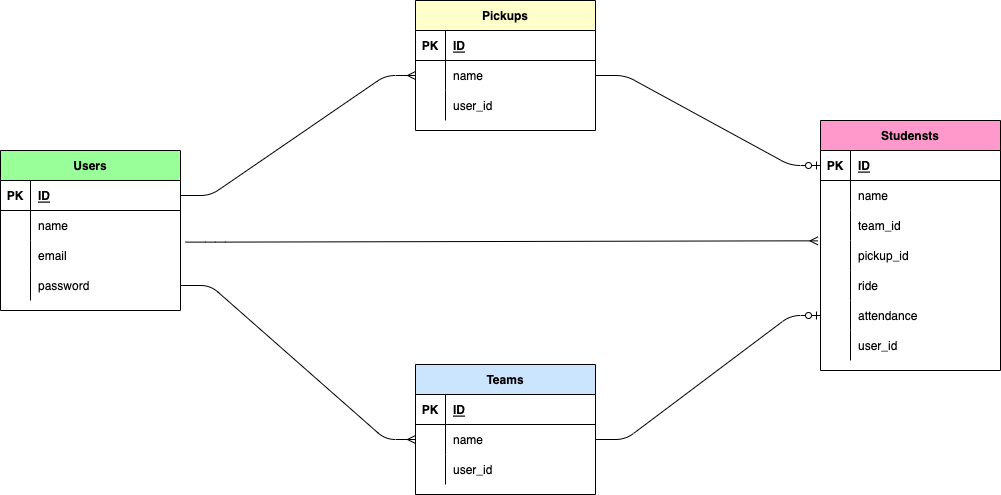
Above: table_design.png in rrr-ryu/wasurena (draw.io), before the change. Source tidied: cells renumbered, new cells last; positions are measured from the earlier drawing's top-left corner, leaving out a move shared by most shapes.
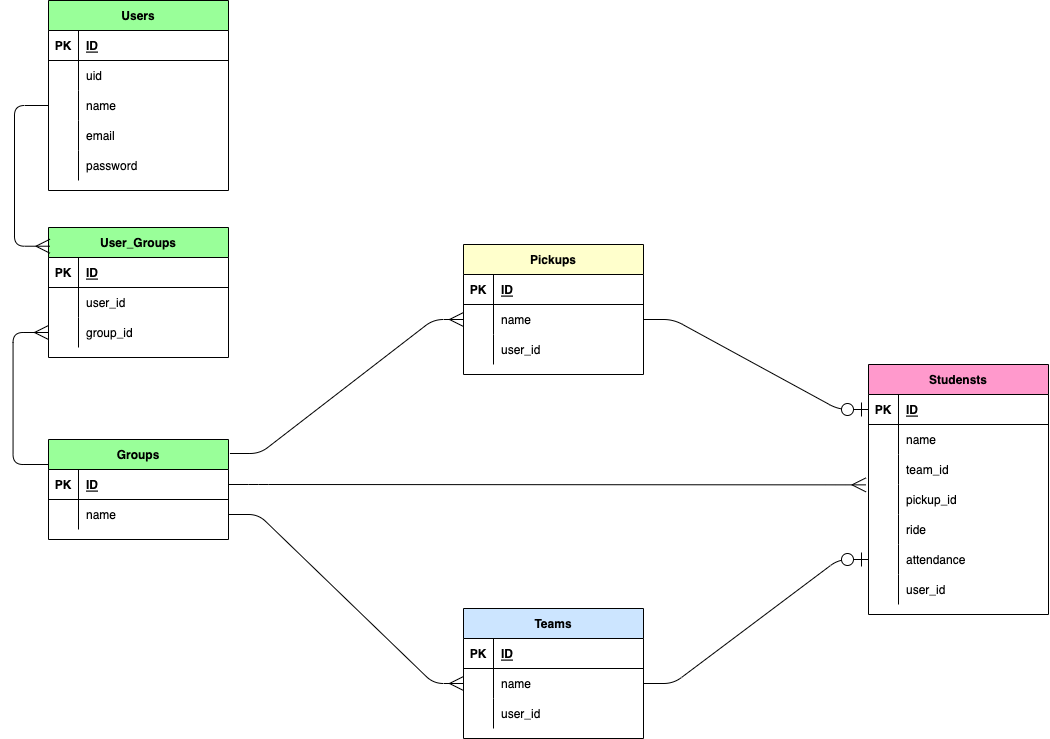
Later version of the same file.

Commit message:
データベース設計図png作成

Change to the diagram source:
```diff
@@ -3,7 +3,7 @@
     <mxCell id="0" />
     <mxCell id="1" parent="0" />
     <mxCell id="2" value="Users" style="shape=table;startSize=30;rowLines=0;fontStyle=1;align=center;labelBackgroundColor=none;fillColor=#99FF99;fontColor=#000000;labelBorderColor=none;strokeColor=#000000;" parent="1" vertex="1">
-      <mxGeometry y="150" width="180" height="160" as="geometry" />
+      <mxGeometry y="-244" width="180" height="190" as="geometry" />
     </mxCell>
     <mxCell id="3" style="shape=partialRectangle;fillColor=none;top=0;left=0;bottom=1;right=0;points=[[0,0.5],[1,0.5]];portConstraint=eastwest;fontColor=#000000;labelBorderColor=none;strokeColor=#000000;" parent="2" vertex="1">
       <mxGeometry y="30" width="180" height="30" as="geometry" />
@@ -14,8 +14,17 @@
     <mxCell id="5" value="ID" style="shape=partialRectangle;fillColor=none;top=0;left=0;bottom=0;right=0;align=left;spacingLeft=6;fontStyle=5;overflow=hidden;fontColor=#000000;labelBorderColor=none;strokeColor=#000000;" parent="3" vertex="1">
       <mxGeometry x="30" width="150" height="30" as="geometry" />
     </mxCell>
+    <mxCell id="62" style="shape=partialRectangle;fillColor=none;top=0;left=0;bottom=0;right=0;fontColor=#000000;labelBorderColor=none;strokeColor=#000000;" parent="2" vertex="1">
+      <mxGeometry y="60" width="180" height="30" as="geometry" />
+    </mxCell>
+    <mxCell id="63" style="shape=partialRectangle;fillColor=none;top=0;left=0;bottom=0;right=0;overflow=hidden;fontColor=#000000;labelBorderColor=none;strokeColor=#000000;" parent="62" vertex="1">
+      <mxGeometry width="30" height="30" as="geometry" />
+    </mxCell>
+    <mxCell id="64" value="uid" style="shape=partialRectangle;fillColor=none;top=0;left=0;bottom=0;right=0;align=left;spacingLeft=6;overflow=hidden;fontColor=#000000;labelBorderColor=none;strokeColor=#000000;" parent="62" vertex="1">
+      <mxGeometry x="30" width="150" height="30" as="geometry" />
+    </mxCell>
     <mxCell id="6" style="shape=partialRectangle;fillColor=none;top=0;left=0;bottom=0;right=0;points=[[0,0.5],[1,0.5]];portConstraint=eastwest;fontColor=#000000;labelBorderColor=none;strokeColor=#000000;" parent="2" vertex="1">
-      <mxGeometry y="60" width="180" height="30" as="geometry" />
+      <mxGeometry y="90" width="180" height="30" as="geometry" />
     </mxCell>
     <mxCell id="7" style="shape=partialRectangle;fillColor=none;top=0;left=0;bottom=0;right=0;overflow=hidden;fontColor=#000000;labelBorderColor=none;strokeColor=#000000;" parent="6" vertex="1">
       <mxGeometry width="30" height="30" as="geometry" />
@@ -24,7 +33,7 @@
       <mxGeometry x="30" width="150" height="30" as="geometry" />
     </mxCell>
     <mxCell id="9" style="shape=partialRectangle;fillColor=none;top=0;left=0;bottom=0;right=0;points=[[0,0.5],[1,0.5]];portConstraint=eastwest;fontColor=#000000;labelBorderColor=none;strokeColor=#000000;" parent="2" vertex="1">
-      <mxGeometry y="90" width="180" height="30" as="geometry" />
+      <mxGeometry y="120" width="180" height="30" as="geometry" />
     </mxCell>
     <mxCell id="10" style="shape=partialRectangle;fillColor=none;top=0;left=0;bottom=0;right=0;overflow=hidden;fontColor=#000000;labelBorderColor=none;strokeColor=#000000;" parent="9" vertex="1">
       <mxGeometry width="30" height="30" as="geometry" />
@@ -33,7 +42,7 @@
       <mxGeometry x="30" width="150" height="30" as="geometry" />
     </mxCell>
     <mxCell id="12" style="shape=partialRectangle;fillColor=none;top=0;left=0;bottom=0;right=0;points=[[0,0.5],[1,0.5]];portConstraint=eastwest;fontColor=#000000;labelBorderColor=none;strokeColor=#000000;" parent="2" vertex="1">
-      <mxGeometry y="120" width="180" height="30" as="geometry" />
+      <mxGeometry y="150" width="180" height="30" as="geometry" />
     </mxCell>
     <mxCell id="13" style="shape=partialRectangle;fillColor=none;top=0;left=0;bottom=0;right=0;overflow=hidden;fontColor=#000000;labelBorderColor=none;strokeColor=#000000;" parent="12" vertex="1">
       <mxGeometry width="30" height="30" as="geometry" />
@@ -167,20 +176,88 @@
     <mxCell id="56" value="user_id" style="shape=partialRectangle;fillColor=none;top=0;left=0;bottom=0;right=0;align=left;spacingLeft=6;overflow=hidden;fontColor=#000000;labelBorderColor=none;strokeColor=#000000;" parent="54" vertex="1">
       <mxGeometry x="30" width="150" height="30" as="geometry" />
     </mxCell>
-    <mxCell id="57" style="edgeStyle=entityRelationEdgeStyle;fontSize=12;html=1;endArrow=ERmany;exitX=1;exitY=0.5;exitDx=0;exitDy=0;entryX=0;entryY=0.5;entryDx=0;entryDy=0;endFill=0;fontColor=#000000;labelBorderColor=none;strokeColor=#000000;" parent="1" edge="1" source="3" target="41">
+    <mxCell id="57" style="edgeStyle=entityRelationEdgeStyle;fontSize=12;html=1;endArrow=ERmany;exitX=1.008;exitY=0.14;exitDx=0;exitDy=0;entryX=0;entryY=0.5;entryDx=0;entryDy=0;endFill=0;fontColor=#000000;labelBorderColor=none;strokeColor=#000000;exitPerimeter=0;startSize=6;endSize=12;" parent="1" edge="1" source="75" target="41">
       <mxGeometry relative="1" as="geometry" />
     </mxCell>
-    <mxCell id="58" style="edgeStyle=entityRelationEdgeStyle;fontSize=12;html=1;endArrow=ERmany;exitX=1;exitY=0.5;exitDx=0;exitDy=0;entryX=0;entryY=0.5;entryDx=0;entryDy=0;fontColor=#000000;labelBorderColor=none;strokeColor=#000000;" parent="1" edge="1" source="12" target="51">
+    <mxCell id="58" style="edgeStyle=entityRelationEdgeStyle;fontSize=12;html=1;endArrow=ERmany;exitX=1;exitY=0.5;exitDx=0;exitDy=0;entryX=0;entryY=0.5;entryDx=0;entryDy=0;fontColor=#000000;labelBorderColor=none;strokeColor=#000000;endSize=12;" parent="1" edge="1" source="79" target="51">
       <mxGeometry relative="1" as="geometry" />
     </mxCell>
-    <mxCell id="59" style="edgeStyle=entityRelationEdgeStyle;fontSize=12;html=1;endArrow=ERmany;exitX=1.028;exitY=0.054;exitDx=0;exitDy=0;exitPerimeter=0;entryX=-0.014;entryY=0.012;entryDx=0;entryDy=0;entryPerimeter=0;fontColor=#000000;labelBorderColor=none;strokeColor=#000000;" parent="1" edge="1" source="9" target="25">
+    <mxCell id="59" style="edgeStyle=entityRelationEdgeStyle;fontSize=12;html=1;endArrow=ERmany;entryX=-0.014;entryY=0.012;entryDx=0;entryDy=0;entryPerimeter=0;fontColor=#000000;labelBorderColor=none;strokeColor=#000000;exitX=1;exitY=0.5;exitDx=0;exitDy=0;endSize=12;" parent="1" edge="1" source="76" target="25">
       <mxGeometry relative="1" as="geometry" />
     </mxCell>
-    <mxCell id="60" style="edgeStyle=entityRelationEdgeStyle;fontSize=12;html=1;endArrow=ERzeroToOne;endFill=1;rounded=1;exitX=1;exitY=0.5;exitDx=0;exitDy=0;entryX=0;entryY=0.5;entryDx=0;entryDy=0;fontColor=#000000;labelBorderColor=none;strokeColor=#000000;" parent="1" edge="1" source="51" target="31">
+    <mxCell id="60" style="edgeStyle=entityRelationEdgeStyle;fontSize=12;html=1;endArrow=ERzeroToOne;endFill=1;rounded=1;exitX=1;exitY=0.5;exitDx=0;exitDy=0;entryX=0;entryY=0.5;entryDx=0;entryDy=0;fontColor=#000000;labelBorderColor=none;strokeColor=#000000;endSize=12;" parent="1" edge="1" source="51" target="31">
       <mxGeometry relative="1" as="geometry" />
     </mxCell>
-    <mxCell id="61" style="edgeStyle=entityRelationEdgeStyle;fontSize=12;html=1;endArrow=ERzeroToOne;endFill=1;rounded=1;entryX=0;entryY=0.5;entryDx=0;entryDy=0;exitX=1;exitY=0.5;exitDx=0;exitDy=0;fontColor=#000000;labelBorderColor=none;strokeColor=#000000;" parent="1" edge="1" source="41" target="16">
+    <mxCell id="61" style="edgeStyle=entityRelationEdgeStyle;fontSize=12;html=1;endArrow=ERzeroToOne;endFill=1;rounded=1;entryX=0;entryY=0.5;entryDx=0;entryDy=0;exitX=1;exitY=0.5;exitDx=0;exitDy=0;fontColor=#000000;labelBorderColor=none;strokeColor=#000000;endSize=12;" parent="1" edge="1" source="41" target="16">
       <mxGeometry relative="1" as="geometry" />
     </mxCell>
+    <mxCell id="65" value="User_Groups" style="shape=table;startSize=30;rowLines=0;fontStyle=1;align=center;labelBackgroundColor=none;fillColor=#99FF99;fontColor=#000000;labelBorderColor=none;strokeColor=#000000;" parent="1" vertex="1">
+      <mxGeometry y="-17" width="180" height="130" as="geometry" />
+    </mxCell>
+    <mxCell id="66" style="shape=partialRectangle;fillColor=none;top=0;left=0;bottom=1;right=0;fontColor=#000000;labelBorderColor=none;strokeColor=#000000;" parent="65" vertex="1">
+      <mxGeometry y="30" width="180" height="30" as="geometry" />
+    </mxCell>
+    <mxCell id="67" value="PK" style="shape=partialRectangle;fillColor=none;top=0;left=0;bottom=0;right=0;fontStyle=1;overflow=hidden;fontColor=#000000;labelBorderColor=none;strokeColor=#000000;" parent="66" vertex="1">
+      <mxGeometry width="30" height="30" as="geometry" />
+    </mxCell>
+    <mxCell id="68" value="ID" style="shape=partialRectangle;fillColor=none;top=0;left=0;bottom=0;right=0;align=left;spacingLeft=6;fontStyle=5;overflow=hidden;fontColor=#000000;labelBorderColor=none;strokeColor=#000000;" parent="66" vertex="1">
+      <mxGeometry x="30" width="150" height="30" as="geometry" />
+    </mxCell>
+    <mxCell id="69" style="shape=partialRectangle;fillColor=none;top=0;left=0;bottom=0;right=0;fontColor=#000000;labelBorderColor=none;strokeColor=#000000;" parent="65" vertex="1">
+      <mxGeometry y="60" width="180" height="30" as="geometry" />
+    </mxCell>
+    <mxCell id="70" style="shape=partialRectangle;fillColor=none;top=0;left=0;bottom=0;right=0;overflow=hidden;fontColor=#000000;labelBorderColor=none;strokeColor=#000000;" parent="69" vertex="1">
+      <mxGeometry width="30" height="30" as="geometry" />
+    </mxCell>
+    <mxCell id="71" value="user_id" style="shape=partialRectangle;fillColor=none;top=0;left=0;bottom=0;right=0;align=left;spacingLeft=6;overflow=hidden;fontColor=#000000;labelBorderColor=none;strokeColor=#000000;" parent="69" vertex="1">
+      <mxGeometry x="30" width="150" height="30" as="geometry" />
+    </mxCell>
+    <mxCell id="72" style="shape=partialRectangle;fillColor=none;top=0;left=0;bottom=0;right=0;points=[[0,0.5],[1,0.5]];portConstraint=eastwest;fontColor=#000000;labelBorderColor=none;strokeColor=#000000;" parent="65" vertex="1">
+      <mxGeometry y="90" width="180" height="30" as="geometry" />
+    </mxCell>
+    <mxCell id="73" style="shape=partialRectangle;fillColor=none;top=0;left=0;bottom=0;right=0;overflow=hidden;fontColor=#000000;labelBorderColor=none;strokeColor=#000000;" parent="72" vertex="1">
+      <mxGeometry width="30" height="30" as="geometry" />
+    </mxCell>
+    <mxCell id="74" value="group_id" style="shape=partialRectangle;fillColor=none;top=0;left=0;bottom=0;right=0;align=left;spacingLeft=6;overflow=hidden;fontColor=#000000;labelBorderColor=none;strokeColor=#000000;" parent="72" vertex="1">
+      <mxGeometry x="30" width="150" height="30" as="geometry" />
+    </mxCell>
+    <mxCell id="75" value="Groups" style="shape=table;startSize=30;rowLines=0;fontStyle=1;align=center;labelBackgroundColor=none;fillColor=#99FF99;fontColor=#000000;labelBorderColor=none;strokeColor=#000000;" parent="1" vertex="1">
+      <mxGeometry y="195" width="180" height="100" as="geometry" />
+    </mxCell>
+    <mxCell id="76" style="shape=partialRectangle;fillColor=none;top=0;left=0;bottom=1;right=0;points=[[0,0.5],[1,0.5]];portConstraint=eastwest;fontColor=#000000;labelBorderColor=none;strokeColor=#000000;" parent="75" vertex="1">
+      <mxGeometry y="30" width="180" height="30" as="geometry" />
+    </mxCell>
+    <mxCell id="77" value="PK" style="shape=partialRectangle;fillColor=none;top=0;left=0;bottom=0;right=0;fontStyle=1;overflow=hidden;fontColor=#000000;labelBorderColor=none;strokeColor=#000000;" parent="76" vertex="1">
+      <mxGeometry width="30" height="30" as="geometry" />
+    </mxCell>
+    <mxCell id="78" value="ID" style="shape=partialRectangle;fillColor=none;top=0;left=0;bottom=0;right=0;align=left;spacingLeft=6;fontStyle=5;overflow=hidden;fontColor=#000000;labelBorderColor=none;strokeColor=#000000;" parent="76" vertex="1">
+      <mxGeometry x="30" width="150" height="30" as="geometry" />
+    </mxCell>
+    <mxCell id="79" style="shape=partialRectangle;fillColor=none;top=0;left=0;bottom=0;right=0;points=[[0,0.5],[1,0.5]];portConstraint=eastwest;fontColor=#000000;labelBorderColor=none;strokeColor=#000000;" parent="75" vertex="1">
+      <mxGeometry y="60" width="180" height="30" as="geometry" />
+    </mxCell>
+    <mxCell id="80" style="shape=partialRectangle;fillColor=none;top=0;left=0;bottom=0;right=0;overflow=hidden;fontColor=#000000;labelBorderColor=none;strokeColor=#000000;" parent="79" vertex="1">
+      <mxGeometry width="30" height="30" as="geometry" />
+    </mxCell>
+    <mxCell id="81" value="name" style="shape=partialRectangle;fillColor=none;top=0;left=0;bottom=0;right=0;align=left;spacingLeft=6;overflow=hidden;fontColor=#000000;labelBorderColor=none;strokeColor=#000000;" parent="79" vertex="1">
+      <mxGeometry x="30" width="150" height="30" as="geometry" />
+    </mxCell>
+    <mxCell id="82" style="fontSize=12;html=1;endArrow=none;entryX=0;entryY=0.5;entryDx=0;entryDy=0;exitX=0.008;exitY=0.144;exitDx=0;exitDy=0;exitPerimeter=0;strokeColor=#000000;edgeStyle=elbowEdgeStyle;startArrow=ERmany;startFill=0;endFill=0;endSize=6;strokeWidth=1;targetPerimeterSpacing=0;startSize=12;" parent="1" edge="1" source="65" target="6">
+      <mxGeometry relative="1" as="geometry">
+        <Array as="points">
+          <mxPoint x="-34" y="42" />
+          <mxPoint x="-34" y="-18" />
+          <mxPoint x="-34" y="-6" />
+          <mxPoint x="-34" y="-64" />
+        </Array>
+      </mxGeometry>
+    </mxCell>
+    <mxCell id="83" style="fontSize=12;html=1;endArrow=ERmany;entryX=0;entryY=0.5;entryDx=0;entryDy=0;exitX=0;exitY=0.25;exitDx=0;exitDy=0;strokeColor=#000000;edgeStyle=elbowEdgeStyle;startArrow=none;startFill=0;endFill=0;endSize=12;strokeWidth=1;targetPerimeterSpacing=0;startSize=6;" parent="1" edge="1" source="75" target="72">
+      <mxGeometry relative="1" as="geometry">
+        <Array as="points">
+          <mxPoint x="-35.4" y="145" />
+        </Array>
+      </mxGeometry>
+    </mxCell>
   </root>
 </mxGraphModel>
```
